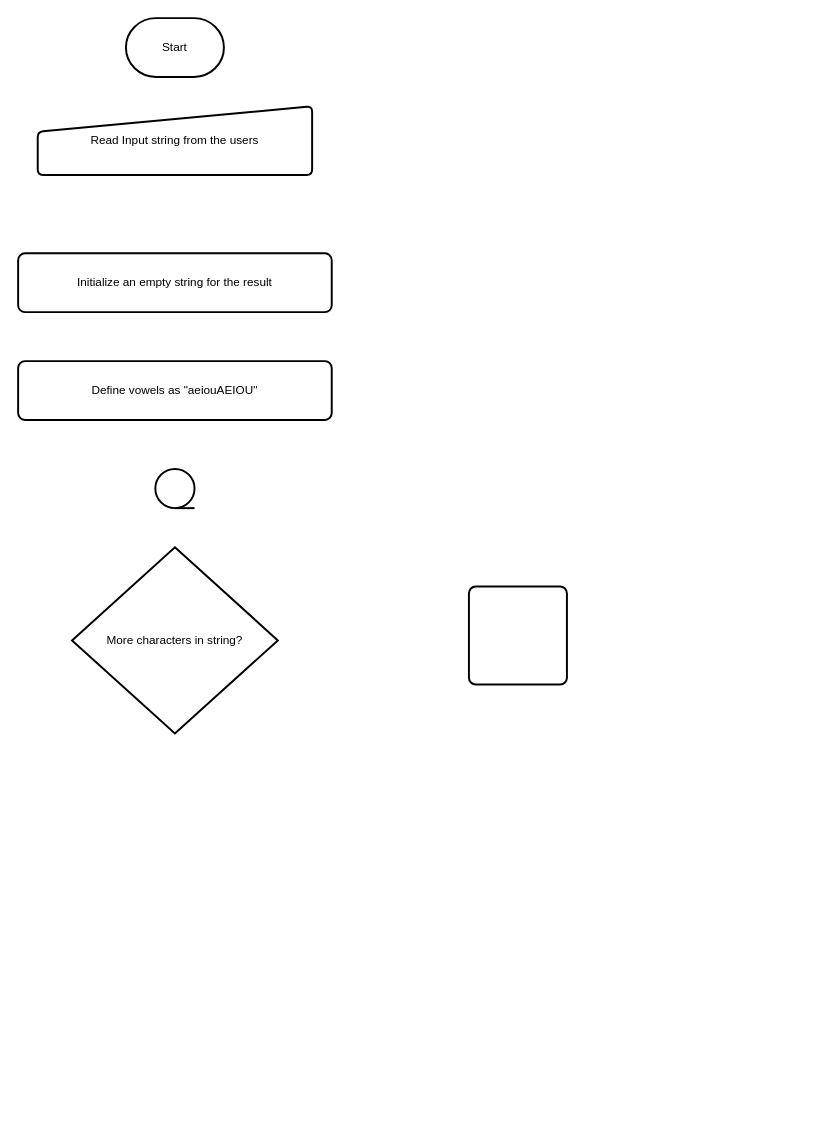
The draw.io diagram dev/68-PythonAnirach/Lecture 04/Repitition While - For/IteratingOverAString.drawio in KitsuneNeoxy/68-PythonAnirach, before the edit. Source tidied: cells renumbered, new cells numbered last; positions are measured from the earlier drawing's top-left corner, leaving out a move shared by most shapes. Both pictures are drawn from the tidied source at 98%, with x=0, y=0 at pixel (18, 18).
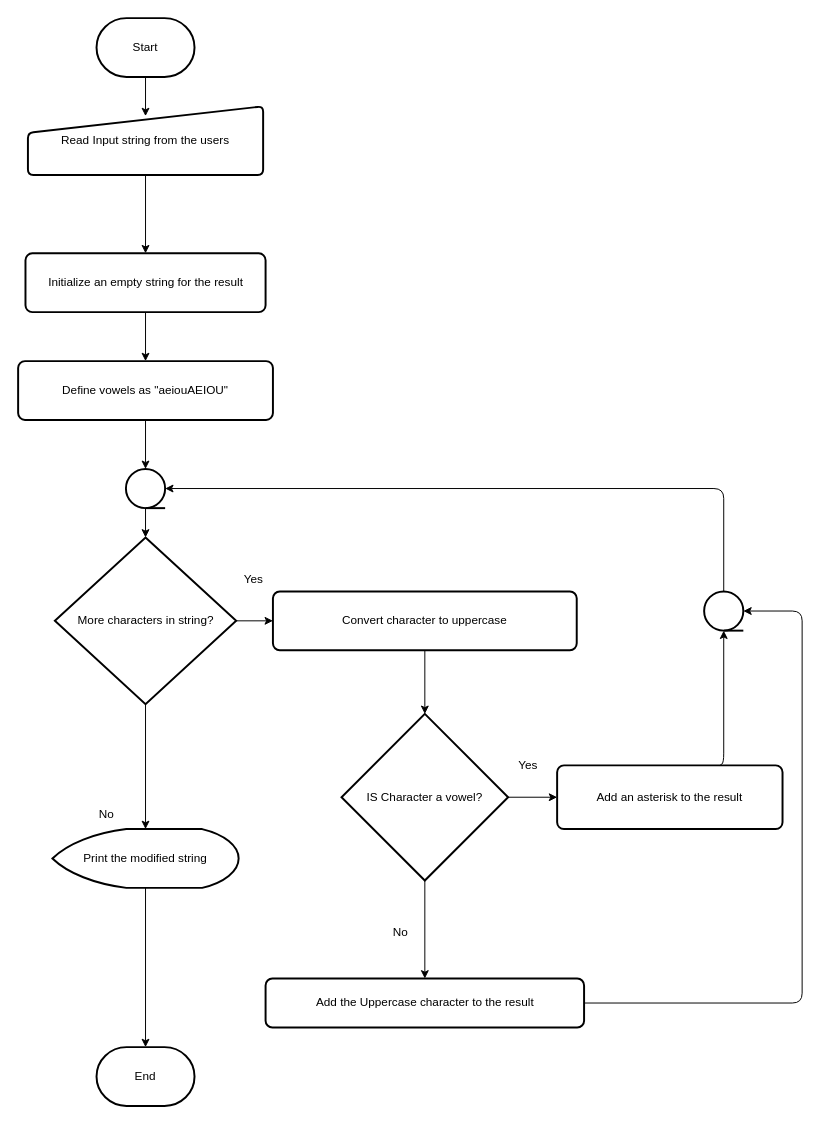
Above is the later version.

Diff of the diagram source:
```diff
@@
     <mxCell id="2" value="Start" style="strokeWidth=2;html=1;shape=mxgraph.flowchart.terminator;whiteSpace=wrap;" parent="1" vertex="1">
-      <mxGeometry x="110" width="100" height="60" as="geometry" />
+      <mxGeometry x="80" width="100" height="60" as="geometry" />
     </mxCell>
+    <mxCell id="9" style="edgeStyle=none;html=1;entryX=0.5;entryY=0;entryDx=0;entryDy=0;" parent="1" edge="1" source="3" target="4">
+      <mxGeometry relative="1" as="geometry" />
+    </mxCell>
-    <mxCell id="3" value="Read Input string from the users" style="html=1;strokeWidth=2;shape=manualInput;whiteSpace=wrap;rounded=1;size=26;arcSize=11;" parent="1" vertex="1">
-      <mxGeometry x="20" y="90" width="280" height="70" as="geometry" />
+    <mxCell id="3" value="Read Input string from the users" style="html=1;strokeWidth=2;shape=manualInput;whiteSpace=wrap;rounded=1;size=27;arcSize=11;" parent="1" vertex="1">
+      <mxGeometry x="10" y="90" width="240" height="70" as="geometry" />
     </mxCell>
+    <mxCell id="10" style="edgeStyle=none;html=1;entryX=0.5;entryY=0;entryDx=0;entryDy=0;" parent="1" edge="1" source="4" target="5">
+      <mxGeometry relative="1" as="geometry" />
+    </mxCell>
     <mxCell id="4" value="Initialize an empty string for the result" style="rounded=1;whiteSpace=wrap;html=1;absoluteArcSize=1;arcSize=14;strokeWidth=2;" parent="1" vertex="1">
-      <mxGeometry y="240" width="320" height="60" as="geometry" />
+      <mxGeometry x="7.5" y="240" width="245" height="60" as="geometry" />
     </mxCell>
     <mxCell id="5" value="Define vowels as &quot;aeiouAEIOU&quot;" style="rounded=1;whiteSpace=wrap;html=1;absoluteArcSize=1;arcSize=14;strokeWidth=2;" parent="1" vertex="1">
-      <mxGeometry y="350" width="320" height="60" as="geometry" />
+      <mxGeometry y="350" width="260" height="60" as="geometry" />
     </mxCell>
+    <mxCell id="11" style="edgeStyle=none;html=1;" parent="1" edge="1" source="6" target="7">
+      <mxGeometry relative="1" as="geometry" />
+    </mxCell>
     <mxCell id="6" style="strokeWidth=2;html=1;shape=mxgraph.flowchart.sequential_data;whiteSpace=wrap;" parent="1" vertex="1">
-      <mxGeometry x="140" y="460" width="40" height="40" as="geometry" />
+      <mxGeometry x="110" y="460" width="40" height="40" as="geometry" />
     </mxCell>
+    <mxCell id="12" style="edgeStyle=none;html=1;entryX=0;entryY=0.5;entryDx=0;entryDy=0;" parent="1" edge="1" source="7" target="8">
+      <mxGeometry relative="1" as="geometry" />
+    </mxCell>
     <mxCell id="7" value="More characters in string?" style="strokeWidth=2;html=1;shape=mxgraph.flowchart.decision;whiteSpace=wrap;" parent="1" vertex="1">
-      <mxGeometry x="55" y="540" width="210" height="190" as="geometry" />
+      <mxGeometry x="37.5" y="530" width="185" height="170" as="geometry" />
     </mxCell>
-    <mxCell id="8" style="rounded=1;whiteSpace=wrap;html=1;absoluteArcSize=1;arcSize=14;strokeWidth=2;" parent="1" vertex="1">
-      <mxGeometry x="460" y="580" width="100" height="100" as="geometry" />
+    <mxCell id="8" value="Convert character to uppercase" style="rounded=1;whiteSpace=wrap;html=1;absoluteArcSize=1;arcSize=14;strokeWidth=2;" parent="1" vertex="1">
+      <mxGeometry x="260" y="585" width="310" height="60" as="geometry" />
     </mxCell>
+    <mxCell id="13" style="edgeStyle=none;html=1;entryX=0;entryY=0.5;entryDx=0;entryDy=0;" parent="1" edge="1" source="15" target="16">
+      <mxGeometry relative="1" as="geometry" />
+    </mxCell>
+    <mxCell id="14" style="edgeStyle=none;html=1;" parent="1" edge="1" source="15" target="17">
+      <mxGeometry relative="1" as="geometry" />
+    </mxCell>
+    <mxCell id="15" value="IS Character a vowel?" style="strokeWidth=2;html=1;shape=mxgraph.flowchart.decision;whiteSpace=wrap;" parent="1" vertex="1">
+      <mxGeometry x="330" y="710" width="170" height="170" as="geometry" />
+    </mxCell>
+    <mxCell id="16" value="Add an asterisk to the result" style="rounded=1;whiteSpace=wrap;html=1;absoluteArcSize=1;arcSize=14;strokeWidth=2;" parent="1" vertex="1">
+      <mxGeometry x="550" y="762.5" width="230" height="65" as="geometry" />
+    </mxCell>
+    <mxCell id="17" value="Add the Uppercase character to the result" style="rounded=1;whiteSpace=wrap;html=1;absoluteArcSize=1;arcSize=14;strokeWidth=2;" parent="1" vertex="1">
+      <mxGeometry x="252.5" y="980" width="325" height="50" as="geometry" />
+    </mxCell>
+    <mxCell id="18" style="edgeStyle=none;html=1;" parent="1" edge="1" source="19" target="20">
+      <mxGeometry relative="1" as="geometry" />
+    </mxCell>
+    <mxCell id="19" value="Print the modified string" style="strokeWidth=2;html=1;shape=mxgraph.flowchart.display;whiteSpace=wrap;" parent="1" vertex="1">
+      <mxGeometry x="35" y="827.5" width="190" height="60" as="geometry" />
+    </mxCell>
+    <mxCell id="20" value="End" style="strokeWidth=2;html=1;shape=mxgraph.flowchart.terminator;whiteSpace=wrap;" parent="1" vertex="1">
+      <mxGeometry x="80" y="1050" width="100" height="60" as="geometry" />
+    </mxCell>
+    <mxCell id="21" style="edgeStyle=none;html=1;entryX=0.5;entryY=0;entryDx=0;entryDy=0;entryPerimeter=0;" parent="1" edge="1" source="7" target="19">
+      <mxGeometry relative="1" as="geometry" />
+    </mxCell>
+    <mxCell id="22" style="edgeStyle=none;html=1;entryX=0.5;entryY=0;entryDx=0;entryDy=0;entryPerimeter=0;" parent="1" edge="1" source="5" target="6">
+      <mxGeometry relative="1" as="geometry" />
+    </mxCell>
+    <mxCell id="23" style="edgeStyle=none;html=1;entryX=0.5;entryY=0.143;entryDx=0;entryDy=0;entryPerimeter=0;" parent="1" edge="1" source="2" target="3">
+      <mxGeometry relative="1" as="geometry" />
+    </mxCell>
+    <mxCell id="24" style="edgeStyle=none;html=1;entryX=0.5;entryY=0;entryDx=0;entryDy=0;entryPerimeter=0;" parent="1" edge="1" source="8" target="15">
+      <mxGeometry relative="1" as="geometry" />
+    </mxCell>
+    <mxCell id="25" style="strokeWidth=2;html=1;shape=mxgraph.flowchart.sequential_data;whiteSpace=wrap;" parent="1" vertex="1">
+      <mxGeometry x="700" y="585" width="40" height="40" as="geometry" />
+    </mxCell>
+    <mxCell id="26" style="edgeStyle=none;html=1;entryX=0.5;entryY=1;entryDx=0;entryDy=0;entryPerimeter=0;" parent="1" edge="1" source="16" target="25">
+      <mxGeometry relative="1" as="geometry">
+        <Array as="points">
+          <mxPoint x="720" y="760" />
+        </Array>
+      </mxGeometry>
+    </mxCell>
+    <mxCell id="27" style="edgeStyle=none;html=1;entryX=1;entryY=0.5;entryDx=0;entryDy=0;entryPerimeter=0;" parent="1" edge="1" source="17" target="25">
+      <mxGeometry relative="1" as="geometry">
+        <Array as="points">
+          <mxPoint x="800" y="1005" />
+          <mxPoint x="800" y="605" />
+        </Array>
+      </mxGeometry>
+    </mxCell>
+    <mxCell id="28" style="edgeStyle=none;html=1;entryX=1;entryY=0.5;entryDx=0;entryDy=0;entryPerimeter=0;" parent="1" edge="1" source="25" target="6">
+      <mxGeometry relative="1" as="geometry">
+        <Array as="points">
+          <mxPoint x="720" y="480" />
+        </Array>
+      </mxGeometry>
+    </mxCell>
+    <mxCell id="29" value="Yes" style="text;html=1;align=center;verticalAlign=middle;strokeColor=none;fillColor=none;" parent="1" vertex="1">
+      <mxGeometry x="220" y="558" width="40" height="30" as="geometry" />
+    </mxCell>
+    <mxCell id="30" value="Yes" style="text;html=1;align=center;verticalAlign=middle;strokeColor=none;fillColor=none;" parent="1" vertex="1">
+      <mxGeometry x="500" y="748" width="40" height="30" as="geometry" />
+    </mxCell>
+    <mxCell id="31" value="No" style="text;html=1;align=center;verticalAlign=middle;strokeColor=none;fillColor=none;" parent="1" vertex="1">
+      <mxGeometry x="370" y="918" width="40" height="30" as="geometry" />
+    </mxCell>
+    <mxCell id="32" value="No" style="text;html=1;align=center;verticalAlign=middle;strokeColor=none;fillColor=none;" parent="1" vertex="1">
+      <mxGeometry x="70" y="798" width="40" height="30" as="geometry" />
+    </mxCell>
```
